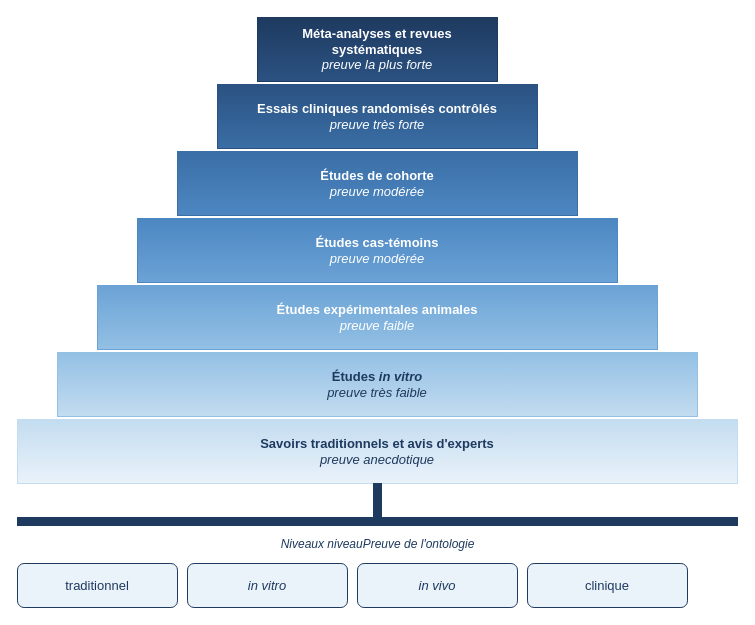
Above: images/niveaux_preuve.drawio in Lougoudoro/master-memoire (draw.io), before the change. Source tidied: cells renumbered, new cells numbered last; positions are measured from the earlier drawing's top-left corner, leaving out a move shared by most shapes. Both pictures are drawn from the tidied source at 100%, with x=0, y=0 at pixel (17, 17).
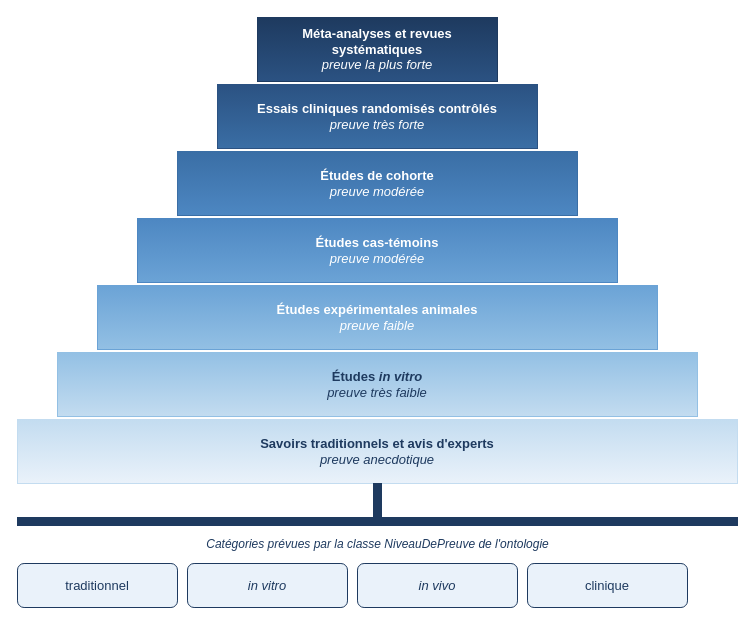
After the change.

Change to the diagram source:
```diff
@@
 <mxGraphModel>
   <root>
     <mxCell id="0" />
     <mxCell id="1" parent="0" />
     <mxCell id="2" value="&lt;b&gt;Méta-analyses et revues systématiques&lt;/b&gt;&lt;br&gt;&lt;i&gt;preuve la plus forte&lt;/i&gt;" style="rounded=0;whiteSpace=wrap;html=1;fillColor=#1e3a5f;gradientColor=#2b5282;strokeColor=#1e3a5f;fontColor=#ffffff;fontSize=13;" parent="1" vertex="1">
       <mxGeometry x="240" width="240" height="64" as="geometry" />
     </mxCell>
     <mxCell id="3" value="&lt;b&gt;Essais cliniques randomisés contrôlés&lt;/b&gt;&lt;br&gt;&lt;i&gt;preuve très forte&lt;/i&gt;" style="rounded=0;whiteSpace=wrap;html=1;fillColor=#2b5282;gradientColor=#3a6ea5;strokeColor=#2b5282;fontColor=#ffffff;fontSize=13;" parent="1" vertex="1">
       <mxGeometry x="200" y="67" width="320" height="64" as="geometry" />
     </mxCell>
     <mxCell id="4" value="&lt;b&gt;Études de cohorte&lt;/b&gt;&lt;br&gt;&lt;i&gt;preuve modérée&lt;/i&gt;" style="rounded=0;whiteSpace=wrap;html=1;fillColor=#3a6ea5;gradientColor=#4d87c2;strokeColor=#3a6ea5;fontColor=#ffffff;fontSize=13;" parent="1" vertex="1">
       <mxGeometry x="160" y="134" width="400" height="64" as="geometry" />
     </mxCell>
     <mxCell id="5" value="&lt;b&gt;Études cas-témoins&lt;/b&gt;&lt;br&gt;&lt;i&gt;preuve modérée&lt;/i&gt;" style="rounded=0;whiteSpace=wrap;html=1;fillColor=#4d87c2;gradientColor=#6ba3d6;strokeColor=#4d87c2;fontColor=#ffffff;fontSize=13;" parent="1" vertex="1">
       <mxGeometry x="120" y="201" width="480" height="64" as="geometry" />
     </mxCell>
     <mxCell id="6" value="&lt;b&gt;Études expérimentales animales&lt;/b&gt;&lt;br&gt;&lt;i&gt;preuve faible&lt;/i&gt;" style="rounded=0;whiteSpace=wrap;html=1;fillColor=#6ba3d6;gradientColor=#93c0e4;strokeColor=#6ba3d6;fontColor=#ffffff;fontSize=13;" parent="1" vertex="1">
       <mxGeometry x="80" y="268" width="560" height="64" as="geometry" />
     </mxCell>
     <mxCell id="7" value="&lt;b&gt;Études &lt;i&gt;in vitro&lt;/i&gt;&lt;/b&gt;&lt;br&gt;&lt;i&gt;preuve très faible&lt;/i&gt;" style="rounded=0;whiteSpace=wrap;html=1;fillColor=#93c0e4;gradientColor=#c3dcf0;strokeColor=#93c0e4;fontColor=#1e3a5f;fontSize=13;" parent="1" vertex="1">
       <mxGeometry x="40" y="335" width="640" height="64" as="geometry" />
     </mxCell>
     <mxCell id="8" value="&lt;b&gt;Savoirs traditionnels et avis d'experts&lt;/b&gt;&lt;br&gt;&lt;i&gt;preuve anecdotique&lt;/i&gt;" style="rounded=0;whiteSpace=wrap;html=1;fillColor=#c3dcf0;gradientColor=#eaf2fa;strokeColor=#c3dcf0;fontColor=#1e3a5f;fontSize=13;" parent="1" vertex="1">
       <mxGeometry y="402" width="720" height="64" as="geometry" />
     </mxCell>
     <mxCell id="9" style="rounded=0;whiteSpace=wrap;html=1;fillColor=#1e3a5f;strokeColor=#1e3a5f;" parent="1" vertex="1">
       <mxGeometry x="356" y="466" width="8" height="34" as="geometry" />
     </mxCell>
     <mxCell id="10" style="rounded=0;whiteSpace=wrap;html=1;fillColor=#1e3a5f;strokeColor=#1e3a5f;" parent="1" vertex="1">
       <mxGeometry y="500" width="720" height="8" as="geometry" />
     </mxCell>
-    <mxCell id="11" value="Niveaux &lt;i&gt;niveauPreuve&lt;/i&gt; de l'ontologie" style="text;html=1;align=center;verticalAlign=middle;fontSize=12;fontColor=#1e3a5f;fontStyle=2;" parent="1" vertex="1">
+    <mxCell id="11" value="Catégories prévues par la classe &lt;i&gt;NiveauDePreuve&lt;/i&gt; de l'ontologie" style="text;html=1;align=center;verticalAlign=middle;fontSize=12;fontColor=#1e3a5f;fontStyle=2;" parent="1" vertex="1">
       <mxGeometry x="160" y="516" width="400" height="22" as="geometry" />
     </mxCell>
     <mxCell id="12" value="traditionnel" style="rounded=1;whiteSpace=wrap;html=1;fillColor=#eaf2fa;strokeColor=#1e3a5f;fontColor=#1e3a5f;fontSize=13;" parent="1" vertex="1">
       <mxGeometry y="546" width="160" height="44" as="geometry" />
     </mxCell>
     <mxCell id="13" value="&lt;i&gt;in vitro&lt;/i&gt;" style="rounded=1;whiteSpace=wrap;html=1;fillColor=#eaf2fa;strokeColor=#1e3a5f;fontColor=#1e3a5f;fontSize=13;" parent="1" vertex="1">
       <mxGeometry x="170" y="546" width="160" height="44" as="geometry" />
     </mxCell>
     <mxCell id="14" value="&lt;i&gt;in vivo&lt;/i&gt;" style="rounded=1;whiteSpace=wrap;html=1;fillColor=#eaf2fa;strokeColor=#1e3a5f;fontColor=#1e3a5f;fontSize=13;" parent="1" vertex="1">
       <mxGeometry x="340" y="546" width="160" height="44" as="geometry" />
     </mxCell>
     <mxCell id="15" value="clinique" style="rounded=1;whiteSpace=wrap;html=1;fillColor=#eaf2fa;strokeColor=#1e3a5f;fontColor=#1e3a5f;fontSize=13;" parent="1" vertex="1">
       <mxGeometry x="510" y="546" width="160" height="44" as="geometry" />
     </mxCell>
   </root>
 </mxGraphModel>
```
